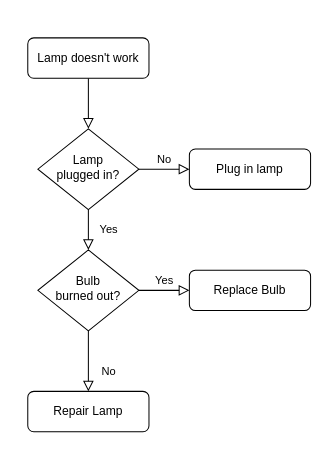
Earlier version of the draw.io diagram Unbenanntes Diagramm.drawio (jwiggerthale/Safe_AutoML). Source tidied: cells renumbered, new cells numbered last; positions are measured from the earlier drawing's top-left corner, leaving out a move shared by most shapes. Both pictures are drawn from the tidied source at 101%, with x=0, y=0 at pixel (27, 37).
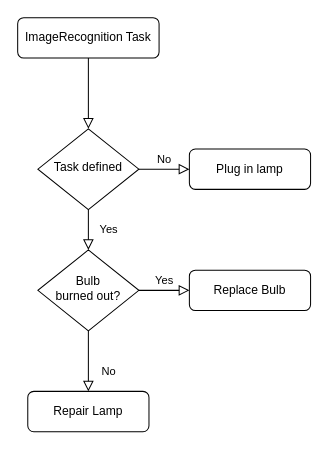
Above is the later version.

Commit message:
Process Chart Safe AutoML aktualisiert

Change to the diagram source:
```diff
@@
 <mxGraphModel>
   <root>
     <mxCell id="0" />
     <mxCell id="1" parent="0" />
     <mxCell id="2" style="rounded=0;html=1;jettySize=auto;fontSize=11;endArrow=block;endFill=0;endSize=8;strokeWidth=1;shadow=0;labelBackgroundColor=none;edgeStyle=orthogonalEdgeStyle;" parent="1" edge="1" source="3" target="6">
       <mxGeometry relative="1" as="geometry" />
     </mxCell>
-    <mxCell id="3" value="Lamp doesn't work" style="rounded=1;whiteSpace=wrap;html=1;fontSize=12;glass=0;strokeWidth=1;shadow=0;" parent="1" vertex="1">
-      <mxGeometry width="120" height="40" as="geometry" />
+    <mxCell id="3" value="ImageRecognition Task" style="rounded=1;whiteSpace=wrap;html=1;fontSize=12;glass=0;strokeWidth=1;shadow=0;" parent="1" vertex="1">
+      <mxGeometry x="-10" y="-20" width="140" height="40" as="geometry" />
     </mxCell>
     <mxCell id="4" value="Yes" style="rounded=0;html=1;jettySize=auto;fontSize=11;endArrow=block;endFill=0;endSize=8;strokeWidth=1;shadow=0;labelBackgroundColor=none;edgeStyle=orthogonalEdgeStyle;" parent="1" edge="1" source="6" target="10">
       <mxGeometry y="20" relative="1" as="geometry" />
     </mxCell>
     <mxCell id="5" value="No" style="edgeStyle=orthogonalEdgeStyle;rounded=0;html=1;jettySize=auto;fontSize=11;endArrow=block;endFill=0;endSize=8;strokeWidth=1;shadow=0;labelBackgroundColor=none;" parent="1" edge="1" source="6" target="7">
       <mxGeometry y="10" relative="1" as="geometry" />
     </mxCell>
-    <mxCell id="6" value="Lamp&lt;br&gt;plugged in?" style="rhombus;whiteSpace=wrap;html=1;shadow=0;fontFamily=Helvetica;fontSize=12;align=center;strokeWidth=1;spacing=6;spacingTop=-4;" parent="1" vertex="1">
+    <mxCell id="6" value="Task defined" style="rhombus;whiteSpace=wrap;html=1;shadow=0;fontFamily=Helvetica;fontSize=12;align=center;strokeWidth=1;spacing=6;spacingTop=-4;" parent="1" vertex="1">
       <mxGeometry x="10" y="90" width="100" height="80" as="geometry" />
     </mxCell>
     <mxCell id="7" value="Plug in lamp" style="rounded=1;whiteSpace=wrap;html=1;fontSize=12;glass=0;strokeWidth=1;shadow=0;" parent="1" vertex="1">
       <mxGeometry x="160" y="110" width="120" height="40" as="geometry" />
     </mxCell>
     <mxCell id="8" value="No" style="rounded=0;html=1;jettySize=auto;fontSize=11;endArrow=block;endFill=0;endSize=8;strokeWidth=1;shadow=0;labelBackgroundColor=none;edgeStyle=orthogonalEdgeStyle;" parent="1" edge="1" source="10" target="11">
       <mxGeometry x="0.33" y="20" relative="1" as="geometry" />
     </mxCell>
     <mxCell id="9" value="Yes" style="edgeStyle=orthogonalEdgeStyle;rounded=0;html=1;jettySize=auto;fontSize=11;endArrow=block;endFill=0;endSize=8;strokeWidth=1;shadow=0;labelBackgroundColor=none;" parent="1" edge="1" source="10" target="12">
       <mxGeometry y="10" relative="1" as="geometry" />
     </mxCell>
     <mxCell id="10" value="Bulb&lt;br&gt;burned out?" style="rhombus;whiteSpace=wrap;html=1;shadow=0;fontFamily=Helvetica;fontSize=12;align=center;strokeWidth=1;spacing=6;spacingTop=-4;" parent="1" vertex="1">
       <mxGeometry x="10" y="210" width="100" height="80" as="geometry" />
     </mxCell>
     <mxCell id="11" value="Repair Lamp" style="rounded=1;whiteSpace=wrap;html=1;fontSize=12;glass=0;strokeWidth=1;shadow=0;" parent="1" vertex="1">
       <mxGeometry y="350" width="120" height="40" as="geometry" />
     </mxCell>
     <mxCell id="12" value="Replace Bulb" style="rounded=1;whiteSpace=wrap;html=1;fontSize=12;glass=0;strokeWidth=1;shadow=0;" parent="1" vertex="1">
       <mxGeometry x="160" y="230" width="120" height="40" as="geometry" />
     </mxCell>
   </root>
 </mxGraphModel>
```
